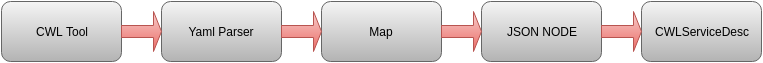
This is taverna-cwl-activity-ui/images/Cwl-activity-Ui.png from apache/incubator-taverna-common-activities, a draw.io export, as it was before one commit. Source tidied: cells renumbered, new cells last; positions are measured from the earlier drawing's top-left corner, leaving out a move shared by most shapes.
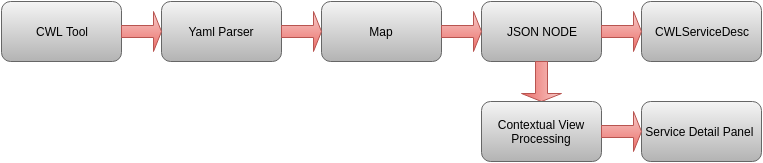
The same file after the commit.

Diff of the diagram source:
```diff
@@ -23,11 +23,23 @@
     <mxCell id="8" style="shape=singleArrow;whiteSpace=wrap;html=1;plain-red;" parent="1" vertex="1">
       <mxGeometry x="280" y="10" width="40" height="40" as="geometry" />
     </mxCell>
-    <mxCell id="9" style="shape=singleArrow;whiteSpace=wrap;html=1;plain-red;" parent="1" vertex="1">
-      <mxGeometry x="440" y="10" width="40" height="40" as="geometry" />
+    <mxCell id="9" style="shape=singleArrow;whiteSpace=wrap;html=1;plain-red;rotation=90;" parent="1" vertex="1">
+      <mxGeometry x="520" y="60" width="40" height="40" as="geometry" />
     </mxCell>
     <mxCell id="10" style="shape=singleArrow;whiteSpace=wrap;html=1;plain-red;" parent="1" vertex="1">
       <mxGeometry x="600" y="10" width="40" height="40" as="geometry" />
     </mxCell>
+    <mxCell id="11" value="Contextual View Processing" style="rounded=1;whiteSpace=wrap;html=1;plain-gray;" parent="1" vertex="1">
+      <mxGeometry x="480" y="100" width="120" height="60" as="geometry" />
+    </mxCell>
+    <mxCell id="12" value="Service Detail Panel&amp;nbsp;" style="rounded=1;whiteSpace=wrap;html=1;plain-gray;" parent="1" vertex="1">
+      <mxGeometry x="640" y="100" width="120" height="60" as="geometry" />
+    </mxCell>
+    <mxCell id="13" style="shape=singleArrow;whiteSpace=wrap;html=1;plain-red;" parent="1" vertex="1">
+      <mxGeometry x="440" y="10" width="40" height="40" as="geometry" />
+    </mxCell>
+    <mxCell id="14" style="shape=singleArrow;whiteSpace=wrap;html=1;plain-red;" parent="1" vertex="1">
+      <mxGeometry x="600" y="110" width="40" height="40" as="geometry" />
+    </mxCell>
   </root>
 </mxGraphModel>
```
